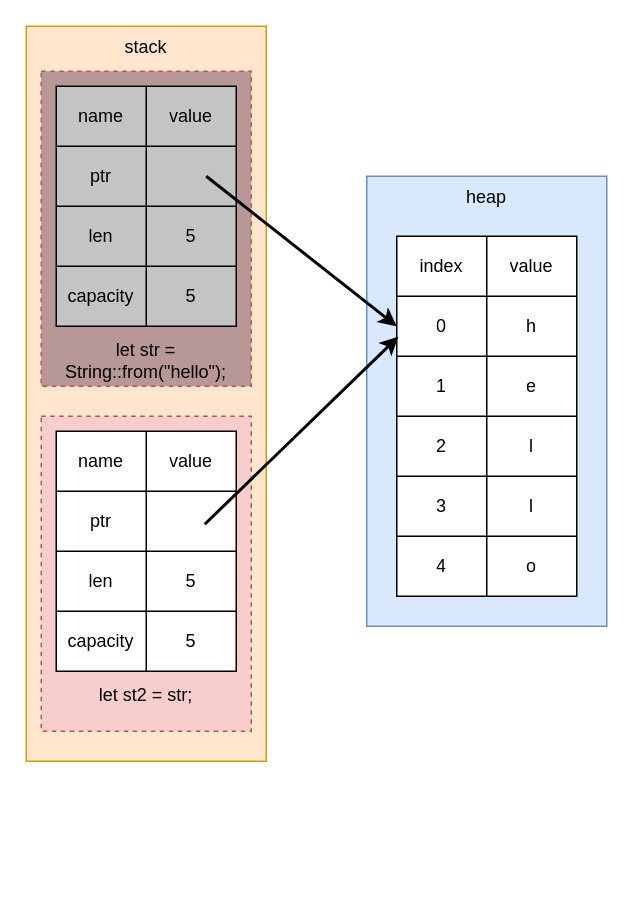
The draw.io diagram resources/diagram/未命名绘图.drawio in wqf31415/wqf31415.github.io, before the edit. Source tidied: cells renumbered, new cells numbered last; positions are measured from the earlier drawing's top-left corner, leaving out a move shared by most shapes. Both pictures are drawn from the tidied source at 150%, with x=0, y=0 at pixel (26, 26).
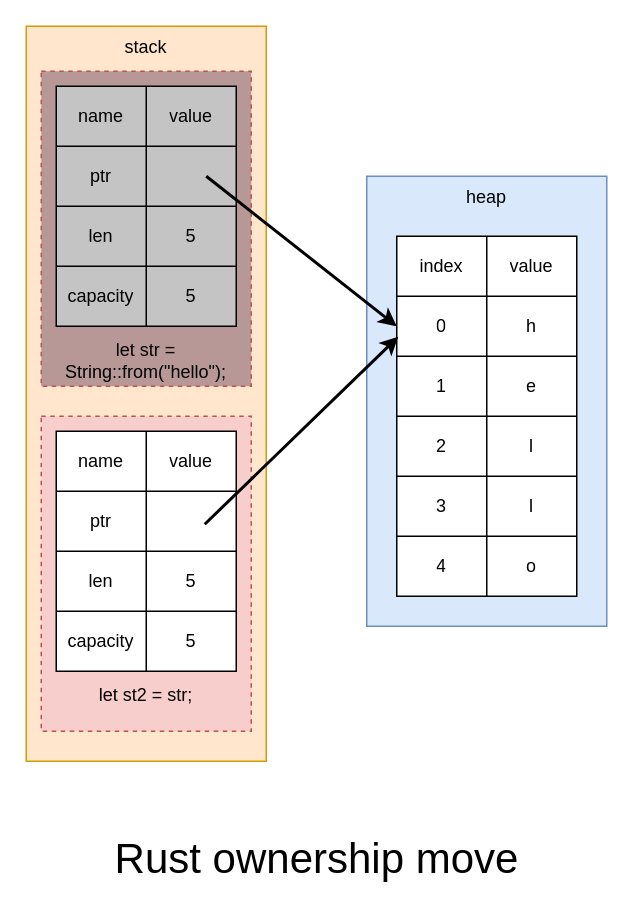
Above is the later version.

Commit message:
:bear: 更新未命名绘图.drawio

The edit, as a diff of the source:
```diff
@@
+    <mxCell id="53" value="Rust ownership move" style="text;strokeColor=none;align=center;fillColor=none;html=1;verticalAlign=middle;whiteSpace=wrap;rounded=0;fontSize=28;" parent="1" vertex="1">
+      <mxGeometry x="41" y="540" width="306" height="30" as="geometry" />
+    </mxCell>
```
